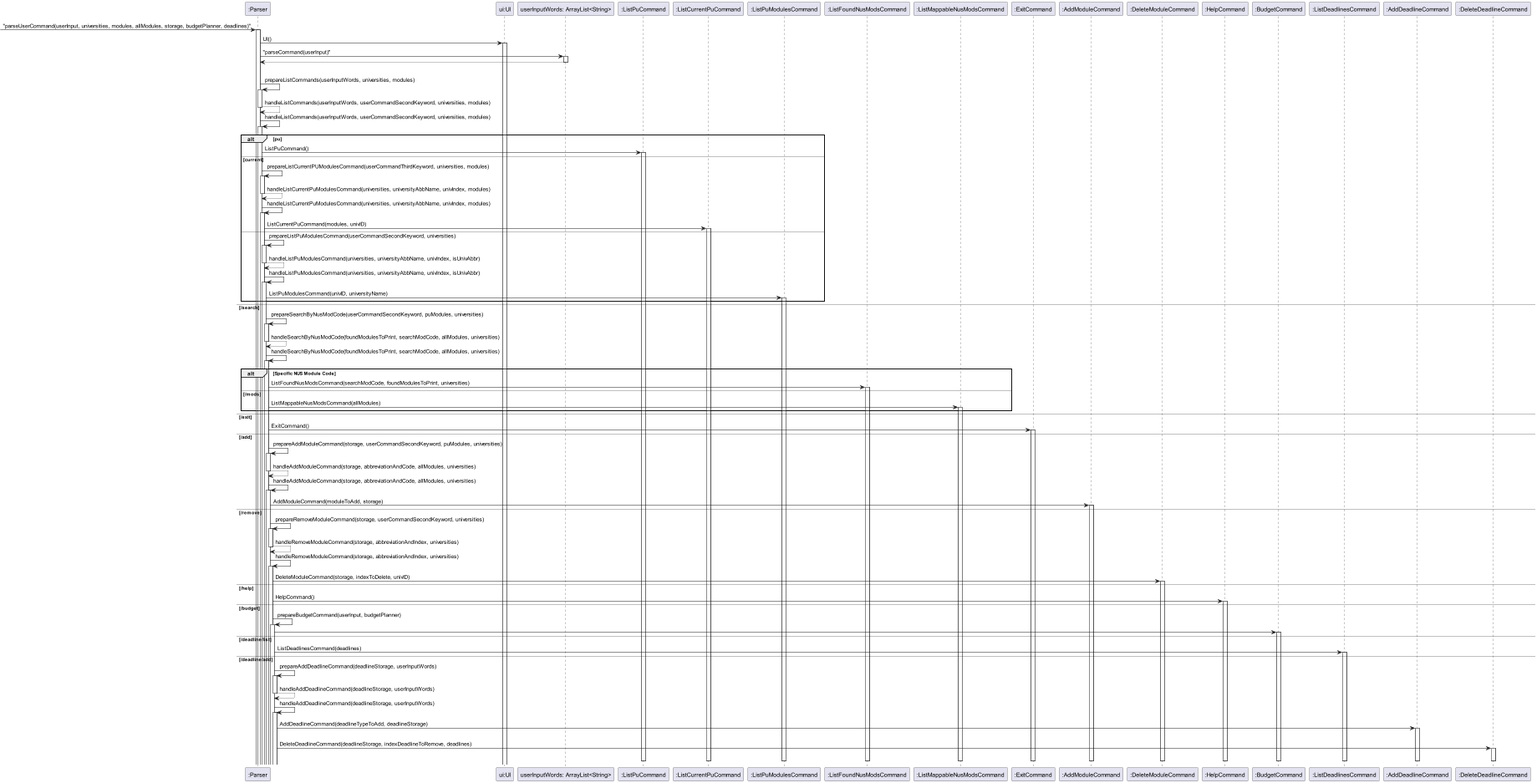
nus-cs2113-AY2223S2/tp keeps this PlantUML diagram as docs/diagrams/ParserSequenceDiagram.png. Above is the earlier version.
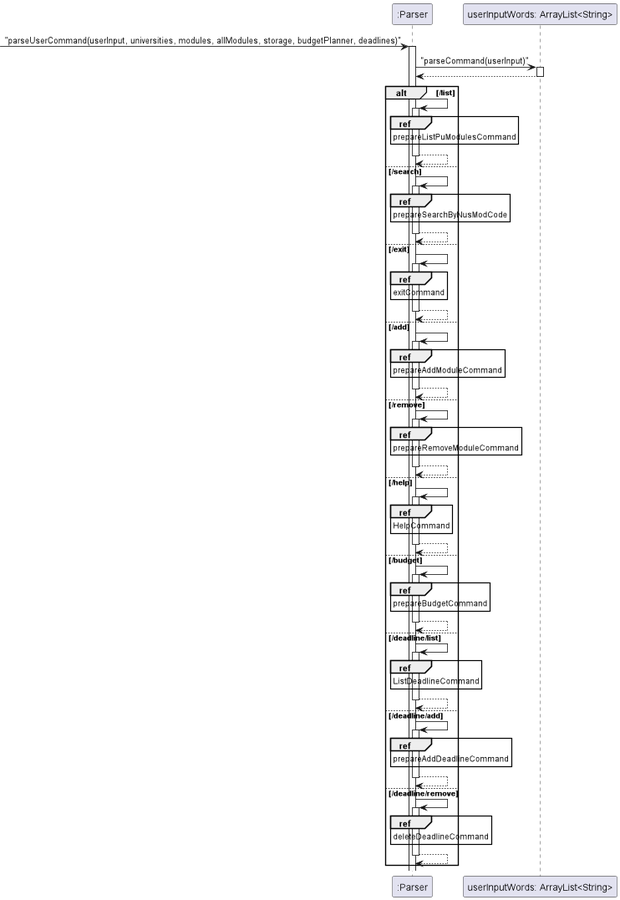
Later version of the same file.

The edit, as a diff of the source:
```diff
@@ -2,10 +2,6 @@
 
 -> ":Parser": "parseUserCommand(userInput, universities, modules, allModules, storage, budgetPlanner, deadlines)"
 activate ":Parser"
-
-":Parser" -> "ui:UI": UI()
-activate "ui:UI"
-
 
 ":Parser" -> "userInputWords: ArrayList<String>": "parseCommand(userInput)"
 activate "userInputWords: ArrayList<String>"
@@ -13,97 +9,84 @@
 deactivate "userInputWords: ArrayList<String>"
 
 alt /list
-    ":Parser" -> ":Parser": prepareListCommands(userInputWords, universities, modules)
+    ":Parser" -> ":Parser"
     activate ":Parser"
-    return handleListCommands(userInputWords, userCommandSecondKeyword, universities, modules)
-    ":Parser" -> ":Parser": handleListCommands(userInputWords, userCommandSecondKeyword, universities, modules)
+    ref over ":Parser"
+    prepareListPuModulesCommand
+    end
+    ":Parser" --> ":Parser"
+    deactivate ":Parser"
+else /search
+    ":Parser" -> ":Parser"
     activate ":Parser"
-    alt pu
-        ":Parser" -> ":ListPuCommand" : ListPuCommand()
-        activate ":ListPuCommand"
-    else current
-        ":Parser" -> ":Parser":prepareListCurrentPUModulesCommand(userCommandThirdKeyword, universities, modules)
-        activate ":Parser"
-        return handleListCurrentPuModulesCommand(universities, universityAbbName, univIndex, modules)
-        ":Parser" -> ":Parser": handleListCurrentPuModulesCommand(universities, universityAbbName, univIndex, modules)
-        activate ":Parser"
-        ":Parser" -> ":ListCurrentPuCommand" : ListCurrentPuCommand(modules, univID)
-        activate ":ListCurrentPuCommand"
-    else
-        ":Parser" -> ":Parser":prepareListPuModulesCommand(userCommandSecondKeyword, universities)
-        activate ":Parser"
-        return handleListPuModulesCommand(universities, universityAbbName, univIndex, isUnivAbbr)
-        ":Parser" -> ":Parser":handleListPuModulesCommand(universities, universityAbbName, univIndex, isUnivAbbr)
-        activate ":Parser"
-        ":Parser" -> ":ListPuModulesCommand":ListPuModulesCommand(univID, universityName)
-        activate ":ListPuModulesCommand"
+    ref over ":Parser"
+    prepareSearchByNusModCode
     end
-else /search
-    ":Parser" -> ":Parser":prepareSearchByNusModCode(userCommandSecondKeyword, puModules, universities)
+    ":Parser" --> ":Parser"
+    deactivate ":Parser"
+else /exit
+    ":Parser" -> ":Parser"
     activate ":Parser"
-    return handleSearchByNusModCode(foundModulesToPrint, searchModCode, allModules, universities)
-    ":Parser" -> ":Parser": handleSearchByNusModCode(foundModulesToPrint, searchModCode, allModules, universities)
+    ref over ":Parser"
+    exitCommand
+    end
+    ":Parser" --> ":Parser"
+    deactivate ":Parser"
+else /add
+    ":Parser" -> ":Parser"
     activate ":Parser"
-    alt Specific NUS Module Code
-        ":Parser" -> ":ListFoundNusModsCommand": ListFoundNusModsCommand(searchModCode, foundModulesToPrint, universities)
-        activate ":ListFoundNusModsCommand"
-    else /mods
-        ":Parser" -> ":ListMappableNusModsCommand": ListMappableNusModsCommand(allModules)
-        activate ":ListMappableNusModsCommand"
+    ref over ":Parser"
+    prepareAddModuleCommand
     end
-else /exit
-    ":Parser" -> ":ExitCommand": ExitCommand()
-    activate ":ExitCommand"
-else /add
-    ":Parser" -> ":Parser":prepareAddModuleCommand(storage, userCommandSecondKeyword, puModules, universities)
+    ":Parser" --> ":Parser"
+    deactivate ":Parser"
+else /remove
+    ":Parser" -> ":Parser"
     activate ":Parser"
-    return handleAddModuleCommand(storage, abbreviationAndCode, allModules, universities)
-    ":Parser" -> ":Parser":handleAddModuleCommand(storage, abbreviationAndCode, allModules, universities)
+    ref over ":Parser"
+    prepareRemoveModuleCommand
+    end
+    ":Parser" --> ":Parser"
+    deactivate ":Parser"
+else /help
+    ":Parser" -> ":Parser"
     activate ":Parser"
-    ":Parser" -> ":AddModuleCommand": AddModuleCommand(moduleToAdd, storage)
-    activate ":AddModuleCommand"
-else /remove
-    ":Parser" -> ":Parser":prepareRemoveModuleCommand(storage, userCommandSecondKeyword, universities)
+    ref over ":Parser"
+    HelpCommand
+    end
+    ":Parser" --> ":Parser"
+    deactivate ":Parser"
+else /budget
+    ":Parser" -> ":Parser"
     activate ":Parser"
-    return handleRemoveModuleCommand(storage, abbreviationAndIndex, universities)
-    ":Parser" -> ":Parser":handleRemoveModuleCommand(storage, abbreviationAndIndex, universities)
+    ref over ":Parser"
+    prepareBudgetCommand
+    end
+    ":Parser" --> ":Parser"
+    deactivate ":Parser"
+else /deadline/list
+    ":Parser" -> ":Parser"
     activate ":Parser"
-    ":Parser" -> ":DeleteModuleCommand": DeleteModuleCommand(storage, indexToDelete, univID)
-    activate ":DeleteModuleCommand"
-else /help
-    ":Parser" -> ":HelpCommand": HelpCommand()
-    activate ":HelpCommand"
-else /budget
-    ":Parser" -> ":Parser":prepareBudgetCommand(userInput, budgetPlanner)
+    ref over ":Parser"
+    ListDeadlineCommand
+    end
+    ":Parser" --> ":Parser"
+    deactivate ":Parser"
+else /deadline/add
+    ":Parser" -> ":Parser"
     activate ":Parser"
-    ":Parser" -> ":BudgetCommand"
-    activate ":BudgetCommand"
-else /deadline/list
-    ":Parser" -> ":ListDeadlinesCommand": ListDeadlinesCommand(deadlines)
-    activate ":ListDeadlinesCommand"
-else /deadline/add
-    ":Parser" -> ":Parser":prepareAddDeadlineCommand(deadlineStorage, userInputWords)
+    ref over ":Parser"
+    prepareAddDeadlineCommand
+    end
+    ":Parser" --> ":Parser"
+    deactivate ":Parser"
+else /deadline/remove
+    ":Parser" -> ":Parser"
     activate ":Parser"
-    return handleAddDeadlineCommand(deadlineStorage, userInputWords)
-    ":Parser" -> ":Parser":handleAddDeadlineCommand(deadlineStorage, userInputWords)
-    activate ":Parser"
-    ":Parser" -> ":AddDeadlineCommand": AddDeadlineCommand(deadlineTypeToAdd, deadlineStorage)
-    activate ":AddDeadlineCommand"
-else /deadline/remove
-    ":Parser" -> ":DeleteDeadlineCommand": DeleteDeadlineCommand(deadlineStorage, indexDeadlineToRemove, deadlines)
-    activate ":DeleteDeadlineCommand"
-
-deactivate ":ListPuCommand"
-deactivate ":DeleteDeadlineCommand"
-deactivate ":AddDeadlineCommand"
-deactivate ":ListDeadlinesCommand"
-deactivate ":BudgetCommand"
-deactivate ":HelpCommand"
-deactivate ":DeleteModuleCommand"
-deactivate ":AddModuleCommand"
-deactivate ":ExitCommand"
-deactivate ":ListMappableNusModsCommand"
-deactivate ":ListFoundNusModsCommand"
-deactivate ":ListCurrentPuCommand"
-deactivate ":ListPuModulesCommand"
+    ref over ":Parser"
+    deleteDeadlineCommand
+    end
+    ":Parser" --> ":Parser"
+    deactivate ":Parser"
+end
 @enduml
```
